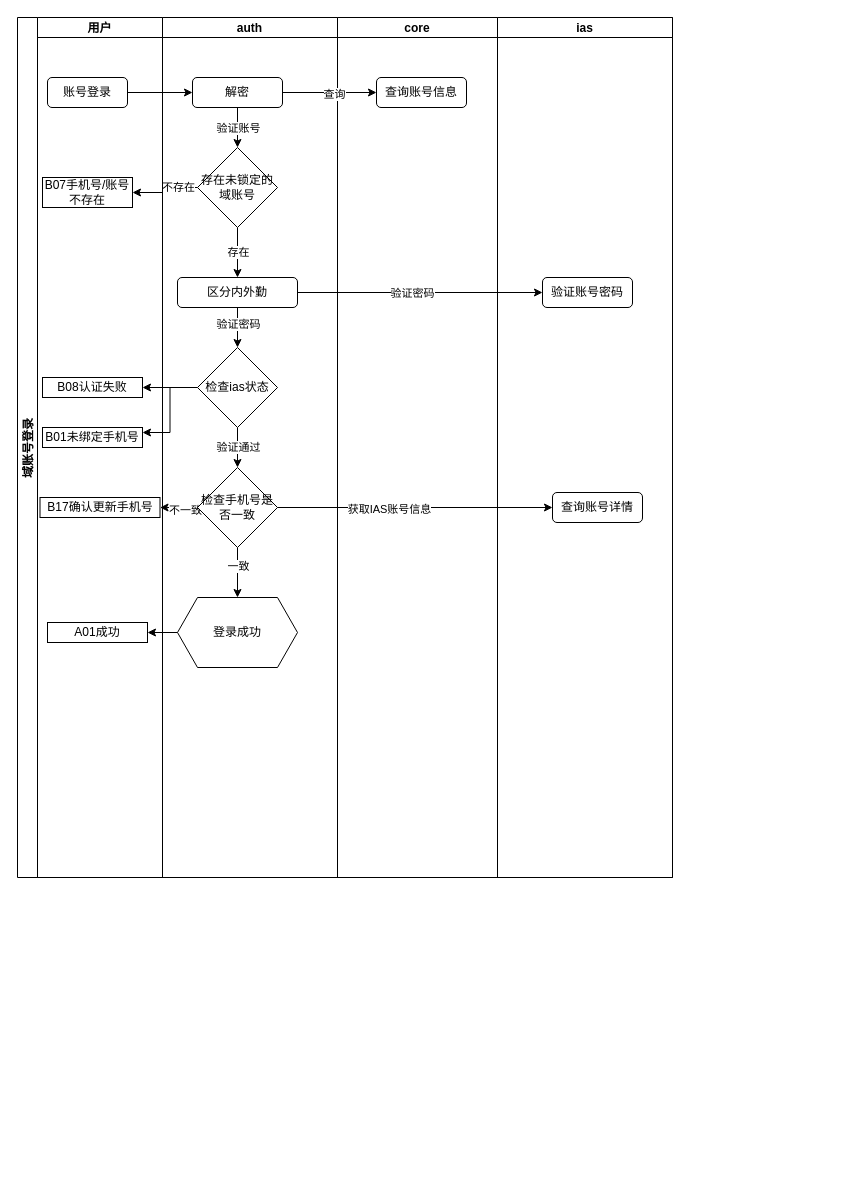
Above: page "账号登录流程" (1 of 4) of 智学365登录流程图.drawio in rainerpiao/cloud-computing (draw.io), before the change. Source tidied: cells renumbered, new cells numbered last; positions are measured from the earlier drawing's top-left corner, leaving out a move shared by most shapes. Both pictures are drawn from the tidied source at 100%, with x=0, y=0 at pixel (17, 17).
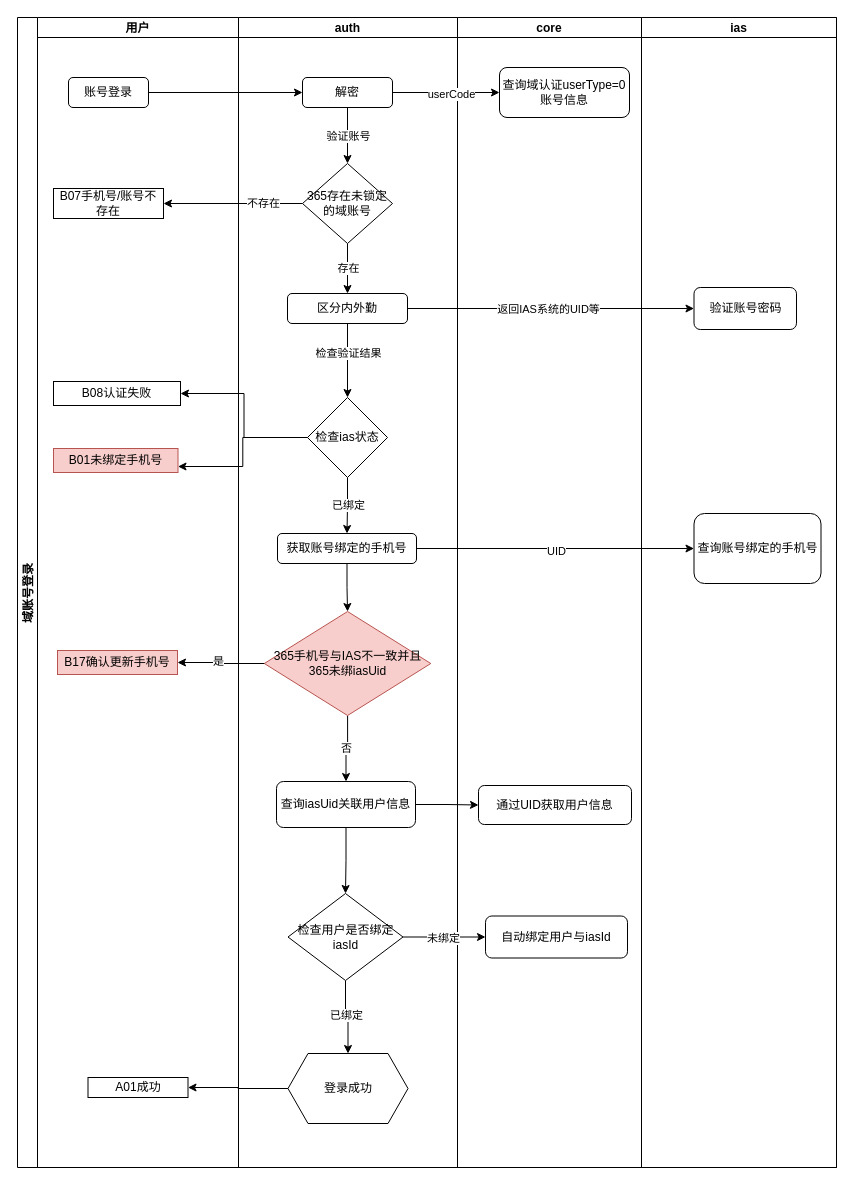
Above is the later version.

The change refers to these unchanged cells:
```xml
<mxCell id="26" style="edgeStyle=orthogonalEdgeStyle;rounded=0;jettySize=auto;html=1;" parent="19" edge="1" source="28" target="31">
  <mxGeometry relative="1" as="geometry" />
</mxCell>
<mxCell id="43" style="edgeStyle=orthogonalEdgeStyle;rounded=0;jettySize=auto;html=1;entryX=0;entryY=0.5;entryDx=0;entryDy=0;" parent="2" edge="1" source="25" target="37">
  <mxGeometry relative="1" as="geometry" />
</mxCell>
```

What changed in the source:
```diff
@@
     <mxCell id="2" value="域账号登录" style="swimlane;startSize=20;horizontal=0;fixedHeader=0;" parent="1" vertex="1">
-      <mxGeometry width="655" height="860" as="geometry" />
+      <mxGeometry width="819" height="1150" as="geometry" />
     </mxCell>
+    <mxCell id="10" style="edgeStyle=orthogonalEdgeStyle;rounded=0;jettySize=auto;html=1;entryX=0;entryY=0.5;entryDx=0;entryDy=0;exitX=1;exitY=0.5;exitDx=0;exitDy=0;" parent="2" edge="1" source="5" target="25">
+      <mxGeometry relative="1" as="geometry" />
+    </mxCell>
+    <mxCell id="11" style="edgeStyle=orthogonalEdgeStyle;rounded=0;jettySize=auto;html=1;" parent="2" edge="1" source="24" target="4">
+      <mxGeometry relative="1" as="geometry" />
+    </mxCell>
+    <mxCell id="12" value="不存在" style="edgeLabel;html=1;align=center;verticalAlign=middle;" parent="11" vertex="1">
+      <mxGeometry x="-0.43" y="-1" relative="1" as="geometry" />
+    </mxCell>
+    <mxCell id="13" style="edgeStyle=orthogonalEdgeStyle;rounded=0;jettySize=auto;html=1;exitX=0;exitY=0.5;exitDx=0;exitDy=0;" parent="2" edge="1" source="31" target="6">
+      <mxGeometry relative="1" as="geometry" />
+    </mxCell>
+    <mxCell id="17" style="edgeStyle=orthogonalEdgeStyle;rounded=0;jettySize=auto;html=1;entryX=0;entryY=0.5;entryDx=0;entryDy=0;" parent="2" edge="1" source="28" target="41">
+      <mxGeometry relative="1" as="geometry" />
+    </mxCell>
+    <mxCell id="46" value="返回IAS系统的UID等" style="edgeLabel;html=1;align=center;verticalAlign=middle;" parent="17" vertex="1">
+      <mxGeometry x="-0.02" relative="1" as="geometry" />
+    </mxCell>
-    <mxCell id="3" value="用户" style="swimlane;startSize=20;strokeColor=default;align=center;verticalAlign=middle;fontFamily=Helvetica;fontSize=12;fontColor=default;fontStyle=1;fillColor=default;" parent="2" vertex="1">
-      <mxGeometry x="20" width="125" height="860" as="geometry" />
+    <mxCell id="3" value="用户" style="swimlane;startSize=20;align=center;verticalAlign=middle;fontFamily=Helvetica;fontSize=12;fontStyle=1;" parent="2" vertex="1">
+      <mxGeometry x="20" width="201" height="1150" as="geometry" />
     </mxCell>
     <mxCell id="4" value="B07手机号/账号不存在" style="whiteSpace=wrap;html=1;" parent="3" vertex="1">
-      <mxGeometry x="5" y="160" width="90" height="30" as="geometry" />
+      <mxGeometry x="16" y="171" width="110" height="30" as="geometry" />
     </mxCell>
     <mxCell id="5" value="账号登录" style="rounded=1;whiteSpace=wrap;html=1;" parent="3" vertex="1">
-      <mxGeometry x="10" y="60" width="80" height="30" as="geometry" />
+      <mxGeometry x="31" y="60" width="80" height="30" as="geometry" />
     </mxCell>
     <mxCell id="6" value="B08认证失败" style="whiteSpace=wrap;html=1;" parent="3" vertex="1">
-      <mxGeometry x="5" y="360" width="100" height="20" as="geometry" />
+      <mxGeometry x="16" y="364" width="127" height="24" as="geometry" />
     </mxCell>
-    <mxCell id="7" value="B01未绑定手机号" style="rounded=0;whiteSpace=wrap;html=1;" parent="3" vertex="1">
-      <mxGeometry x="5" y="410" width="100" height="20" as="geometry" />
+    <mxCell id="7" value="B01未绑定手机号" style="rounded=0;whiteSpace=wrap;html=1;fillColor=#f8cecc;strokeColor=#b85450;" parent="3" vertex="1">
+      <mxGeometry x="16" y="431" width="124.5" height="24" as="geometry" />
     </mxCell>
-    <mxCell id="8" value="B17确认更新手机号" style="rounded=0;whiteSpace=wrap;html=1;" parent="3" vertex="1">
-      <mxGeometry x="2.5" y="480" width="120" height="20" as="geometry" />
+    <mxCell id="8" value="B17确认更新手机号" style="rounded=0;whiteSpace=wrap;html=1;fillColor=#f8cecc;strokeColor=#b85450;" parent="3" vertex="1">
+      <mxGeometry x="20" y="633" width="120" height="24" as="geometry" />
     </mxCell>
     <mxCell id="9" value="A01成功" style="rounded=0;whiteSpace=wrap;html=1;" parent="3" vertex="1">
-      <mxGeometry x="10" y="605" width="100" height="20" as="geometry" />
+      <mxGeometry x="50.5" y="1060" width="100" height="20" as="geometry" />
     </mxCell>
-    <mxCell id="10" style="edgeStyle=orthogonalEdgeStyle;rounded=0;jettySize=auto;html=1;entryX=0;entryY=0.5;entryDx=0;entryDy=0;exitX=1;exitY=0.5;exitDx=0;exitDy=0;" parent="2" edge="1" source="5" target="25">
-      <mxGeometry relative="1" as="geometry" />
-    </mxCell>
-    <mxCell id="11" style="edgeStyle=orthogonalEdgeStyle;rounded=0;jettySize=auto;html=1;" parent="2" edge="1" source="24" target="4">
-      <mxGeometry relative="1" as="geometry" />
-    </mxCell>
-    <mxCell id="12" value="不存在" style="edgeLabel;html=1;align=center;verticalAlign=middle;" parent="11" vertex="1">
-      <mxGeometry x="-0.43" y="-1" relative="1" as="geometry" />
-    </mxCell>
-    <mxCell id="13" style="edgeStyle=orthogonalEdgeStyle;rounded=0;jettySize=auto;html=1;" parent="2" edge="1" source="31" target="6">
-      <mxGeometry relative="1" as="geometry" />
-    </mxCell>
-    <mxCell id="14" style="edgeStyle=orthogonalEdgeStyle;rounded=0;jettySize=auto;html=1;entryX=1;entryY=0.25;entryDx=0;entryDy=0;" parent="2" edge="1" source="31" target="7">
-      <mxGeometry relative="1" as="geometry" />
-    </mxCell>
-    <mxCell id="15" style="edgeStyle=orthogonalEdgeStyle;rounded=0;jettySize=auto;html=1;" parent="2" edge="1" source="34" target="8">
-      <mxGeometry relative="1" as="geometry" />
-    </mxCell>
-    <mxCell id="16" value="不一致" style="edgeLabel;html=1;align=center;verticalAlign=middle;" parent="15" vertex="1">
-      <mxGeometry x="-0.37" y="2" relative="1" as="geometry" />
-    </mxCell>
-    <mxCell id="17" style="edgeStyle=orthogonalEdgeStyle;rounded=0;jettySize=auto;html=1;entryX=0;entryY=0.5;entryDx=0;entryDy=0;" parent="2" edge="1" source="28" target="41">
-      <mxGeometry relative="1" as="geometry" />
-    </mxCell>
-    <mxCell id="18" value="验证密码" style="edgeLabel;html=1;align=center;verticalAlign=middle;" parent="17" vertex="1">
-      <mxGeometry x="-0.07" relative="1" as="geometry" />
-    </mxCell>
+    <mxCell id="38" style="edgeStyle=orthogonalEdgeStyle;rounded=0;jettySize=auto;html=1;exitX=1;exitY=0.5;exitDx=0;exitDy=0;entryX=0;entryY=0.5;entryDx=0;entryDy=0;" parent="2" edge="1" source="49" target="42">
+      <mxGeometry relative="1" as="geometry" />
+    </mxCell>
+    <mxCell id="47" value="UID" style="edgeLabel;html=1;align=center;verticalAlign=middle;" parent="38" vertex="1">
+      <mxGeometry y="-2" relative="1" as="geometry" />
+    </mxCell>
     <mxCell id="19" value="auth" style="swimlane;startSize=20;" parent="2" vertex="1">
-      <mxGeometry x="145" width="175" height="860" as="geometry" />
+      <mxGeometry x="221" width="219" height="1150" as="geometry" />
     </mxCell>
@@
-    <mxCell id="24" value="存在未锁定的域账号" style="rhombus;whiteSpace=wrap;html=1;shapeInside=1;" parent="19" vertex="1">
-      <mxGeometry x="35" y="130" width="80" height="80" as="geometry" />
+    <mxCell id="24" value="365存在未锁定的域账号" style="rhombus;whiteSpace=wrap;html=1;shapeInside=1;" parent="19" vertex="1">
+      <mxGeometry x="64" y="146" width="90" height="80" as="geometry" />
     </mxCell>
     <mxCell id="25" value="解密" style="rounded=1;whiteSpace=wrap;html=1;" parent="19" vertex="1">
-      <mxGeometry x="30" y="60" width="90" height="30" as="geometry" />
+      <mxGeometry x="64" y="60" width="90" height="30" as="geometry" />
     </mxCell>
@@
-    <mxCell id="27" value="验证密码" style="edgeLabel;html=1;align=center;verticalAlign=middle;" parent="26" vertex="1">
+    <mxCell id="27" value="检查验证结果" style="edgeLabel;html=1;align=center;verticalAlign=middle;" parent="26" vertex="1">
       <mxGeometry x="-0.21" relative="1" as="geometry" />
     </mxCell>
     <mxCell id="28" value="区分内外勤" style="rounded=1;whiteSpace=wrap;html=1;" parent="19" vertex="1">
-      <mxGeometry x="15" y="260" width="120" height="30" as="geometry" />
+      <mxGeometry x="49" y="276" width="120" height="30" as="geometry" />
     </mxCell>
-    <mxCell id="29" style="edgeStyle=orthogonalEdgeStyle;rounded=0;jettySize=auto;html=1;" parent="19" edge="1" source="31" target="34">
+    <mxCell id="29" style="edgeStyle=orthogonalEdgeStyle;rounded=0;jettySize=auto;html=1;entryX=0.5;entryY=0;entryDx=0;entryDy=0;" parent="19" edge="1" source="31" target="49">
       <mxGeometry relative="1" as="geometry" />
     </mxCell>
-    <mxCell id="30" value="验证通过" style="edgeLabel;html=1;align=center;verticalAlign=middle;" parent="29" vertex="1">
+    <mxCell id="30" value="已绑定" style="edgeLabel;html=1;align=center;verticalAlign=middle;" parent="29" vertex="1">
       <mxGeometry x="-0.06" relative="1" as="geometry" />
     </mxCell>
     <mxCell id="31" value="检查ias状态" style="rhombus;whiteSpace=wrap;html=1;shapeInside=1;" parent="19" vertex="1">
-      <mxGeometry x="35" y="330" width="80" height="80" as="geometry" />
+      <mxGeometry x="69" y="380" width="80" height="80" as="geometry" />
     </mxCell>
-    <mxCell id="32" style="edgeStyle=orthogonalEdgeStyle;rounded=0;jettySize=auto;html=1;" parent="19" edge="1" source="34" target="35">
-      <mxGeometry relative="1" as="geometry" />
-    </mxCell>
-    <mxCell id="33" value="一致" style="edgeLabel;html=1;align=center;verticalAlign=middle;" parent="32" vertex="1">
-      <mxGeometry x="-0.29" relative="1" as="geometry" />
-    </mxCell>
-    <mxCell id="34" value="检查手机号是否一致" style="rhombus;whiteSpace=wrap;html=1;shapeInside=1;" parent="19" vertex="1">
-      <mxGeometry x="35" y="450" width="80" height="80" as="geometry" />
-    </mxCell>
+    <mxCell id="48" style="edgeStyle=orthogonalEdgeStyle;rounded=0;jettySize=auto;html=1;entryX=0.5;entryY=0;entryDx=0;entryDy=0;" parent="19" edge="1" source="49" target="51">
+      <mxGeometry relative="1" as="geometry" />
+    </mxCell>
+    <mxCell id="49" value="获取账号绑定的手机号" style="rounded=1;whiteSpace=wrap;html=1;" parent="19" vertex="1">
+      <mxGeometry x="39" y="516" width="139" height="30" as="geometry" />
+    </mxCell>
+    <mxCell id="50" value="否" style="edgeStyle=orthogonalEdgeStyle;rounded=0;jettySize=auto;html=1;entryX=0.5;entryY=0;entryDx=0;entryDy=0;" parent="19" edge="1" source="51" target="56">
+      <mxGeometry relative="1" as="geometry" />
+    </mxCell>
+    <mxCell id="51" value="365手机号与IAS不一致并且365未绑iasUid" style="rhombus;whiteSpace=wrap;html=1;shapeInside=1;fillColor=#f8cecc;strokeColor=#b85450;" parent="19" vertex="1">
+      <mxGeometry x="25.8" y="594" width="166.5" height="104" as="geometry" />
+    </mxCell>
+    <mxCell id="52" style="edgeStyle=orthogonalEdgeStyle;rounded=0;jettySize=auto;html=1;exitX=0.5;exitY=1;exitDx=0;exitDy=0;" parent="19" edge="1" source="56" target="55">
+      <mxGeometry relative="1" as="geometry" />
+    </mxCell>
+    <mxCell id="53" style="edgeStyle=orthogonalEdgeStyle;rounded=0;jettySize=auto;html=1;" parent="19" edge="1" source="55" target="35">
+      <mxGeometry relative="1" as="geometry" />
+    </mxCell>
+    <mxCell id="54" value="已绑定" style="edgeLabel;html=1;align=center;verticalAlign=middle;" parent="53" vertex="1">
+      <mxGeometry x="-0.1" relative="1" as="geometry" />
+    </mxCell>
+    <mxCell id="55" value="检查用户是否绑定iasId" style="rhombus;whiteSpace=wrap;html=1;shapeInside=1;" parent="19" vertex="1">
+      <mxGeometry x="49.5" y="876" width="115" height="87" as="geometry" />
+    </mxCell>
     <mxCell id="35" value="登录成功" style="shape=hexagon;perimeter=hexagonPerimeter2;whiteSpace=wrap;html=1;shapeInside=1;fixedSize=1;" parent="19" vertex="1">
-      <mxGeometry x="15" y="580" width="120" height="70" as="geometry" />
+      <mxGeometry x="49.5" y="1036" width="120" height="70" as="geometry" />
     </mxCell>
+    <mxCell id="56" value="查询iasUid关联用户信息" style="rounded=1;whiteSpace=wrap;html=1;" parent="19" vertex="1">
+      <mxGeometry x="38" y="764" width="139" height="46" as="geometry" />
+    </mxCell>
     <mxCell id="36" value="core" style="swimlane;startSize=20;" parent="2" vertex="1">
-      <mxGeometry x="320" width="160" height="860" as="geometry" />
+      <mxGeometry x="440" width="184" height="1150" as="geometry" />
     </mxCell>
-    <mxCell id="37" value="查询账号信息" style="rounded=1;whiteSpace=wrap;html=1;" parent="36" vertex="1">
-      <mxGeometry x="39" y="60" width="90" height="30" as="geometry" />
+    <mxCell id="37" value="查询域认证userType=0账号信息" style="rounded=1;whiteSpace=wrap;html=1;" parent="36" vertex="1">
+      <mxGeometry x="42" y="50" width="130" height="50" as="geometry" />
     </mxCell>
-    <mxCell id="38" style="edgeStyle=orthogonalEdgeStyle;rounded=0;jettySize=auto;html=1;exitX=1;exitY=0.5;exitDx=0;exitDy=0;entryX=0;entryY=0.5;entryDx=0;entryDy=0;" parent="2" edge="1" source="34" target="42">
-      <mxGeometry relative="1" as="geometry" />
-    </mxCell>
-    <mxCell id="39" value="获取IAS账号信息" style="edgeLabel;html=1;align=center;verticalAlign=middle;" parent="38" vertex="1">
-      <mxGeometry x="-0.19" y="-1" relative="1" as="geometry" />
-    </mxCell>
+    <mxCell id="57" value="通过UID获取用户信息" style="rounded=1;whiteSpace=wrap;html=1;" parent="36" vertex="1">
+      <mxGeometry x="21" y="768" width="153" height="39" as="geometry" />
+    </mxCell>
+    <mxCell id="58" value="自动绑定用户与iasId" style="rounded=1;whiteSpace=wrap;html=1;" parent="36" vertex="1">
+      <mxGeometry x="28" y="898.5" width="142" height="42" as="geometry" />
+    </mxCell>
     <mxCell id="40" value="ias" style="swimlane;startSize=20;" parent="2" vertex="1">
-      <mxGeometry x="480" width="175" height="860" as="geometry" />
+      <mxGeometry x="624" width="195" height="1150" as="geometry" />
     </mxCell>
     <mxCell id="41" value="验证账号密码" style="rounded=1;whiteSpace=wrap;html=1;" parent="40" vertex="1">
-      <mxGeometry x="45" y="260" width="90" height="30" as="geometry" />
+      <mxGeometry x="52.5" y="270" width="102.5" height="42" as="geometry" />
     </mxCell>
-    <mxCell id="42" value="查询账号详情" style="rounded=1;whiteSpace=wrap;html=1;" parent="40" vertex="1">
-      <mxGeometry x="55" y="475" width="90" height="30" as="geometry" />
+    <mxCell id="42" value="查询账号绑定的手机号" style="rounded=1;whiteSpace=wrap;html=1;" parent="40" vertex="1">
+      <mxGeometry x="52.5" y="496" width="127" height="70" as="geometry" />
     </mxCell>
@@
-    <mxCell id="44" value="查询" style="edgeLabel;html=1;align=center;verticalAlign=middle;" parent="43" vertex="1">
+    <mxCell id="44" value="userCode" style="edgeLabel;html=1;align=center;verticalAlign=middle;" parent="43" vertex="1">
       <mxGeometry x="0.09" y="-1" relative="1" as="geometry" />
     </mxCell>
+    <mxCell id="59" style="edgeStyle=orthogonalEdgeStyle;rounded=0;jettySize=auto;html=1;" parent="2" edge="1" source="51" target="8">
+      <mxGeometry relative="1" as="geometry" />
+    </mxCell>
+    <mxCell id="60" value="是" style="edgeLabel;html=1;align=center;verticalAlign=middle;" parent="59" vertex="1">
+      <mxGeometry x="0.08" y="-2" relative="1" as="geometry" />
+    </mxCell>
+    <mxCell id="61" style="edgeStyle=orthogonalEdgeStyle;rounded=0;jettySize=auto;html=1;exitX=1;exitY=0.5;exitDx=0;exitDy=0;" parent="2" edge="1" source="56" target="57">
+      <mxGeometry relative="1" as="geometry" />
+    </mxCell>
+    <mxCell id="62" style="edgeStyle=orthogonalEdgeStyle;rounded=0;jettySize=auto;html=1;" parent="2" edge="1" source="55" target="58">
+      <mxGeometry relative="1" as="geometry" />
+    </mxCell>
+    <mxCell id="63" value="未绑定" style="edgeLabel;html=1;align=center;verticalAlign=middle;" parent="62" vertex="1">
+      <mxGeometry x="-0.02" y="-1" relative="1" as="geometry" />
+    </mxCell>
@@
+    <mxCell id="14" style="edgeStyle=orthogonalEdgeStyle;rounded=0;jettySize=auto;html=1;entryX=1;entryY=0.75;entryDx=0;entryDy=0;" parent="2" edge="1" source="31" target="7">
+      <mxGeometry relative="1" as="geometry" />
+    </mxCell>
```
